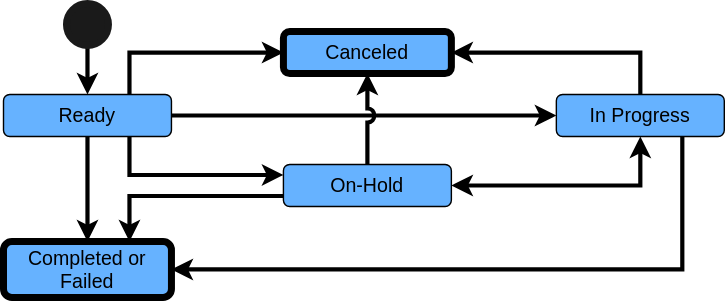
The draw.io diagram input/images/PatientTaskStateDiagram.svg in HL7/fhir-sdoh-clinicalcare, before a commit. Source tidied: cells renumbered, new cells last; positions are measured from the earlier drawing's top-left corner, leaving out a move shared by most shapes.
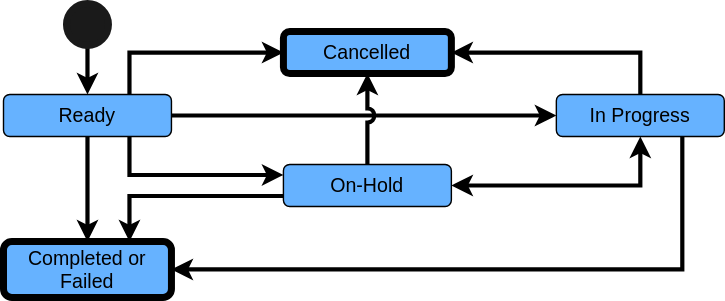
Later version of the same file.

Diff of the diagram source:
```diff
@@ -5,7 +5,7 @@
     <mxCell id="2" style="edgeStyle=orthogonalEdgeStyle;rounded=0;jumpStyle=arc;jumpSize=6;jettySize=auto;html=1;exitX=1;exitY=0.5;exitDx=0;exitDy=0;fontSize=14;startArrow=classic;startFill=1;entryX=0.5;entryY=0;entryDx=0;entryDy=0;strokeWidth=3;endArrow=none;endFill=0;" parent="1" edge="1" source="3" target="10">
       <mxGeometry relative="1" as="geometry" />
     </mxCell>
-    <mxCell id="3" value="&lt;font style=&quot;font-size: 14px;&quot;&gt;Canceled&lt;/font&gt;" style="rounded=1;whiteSpace=wrap;html=1;fillColor=#66B2FF;strokeWidth=5;" parent="1" vertex="1">
+    <mxCell id="3" value="&lt;font style=&quot;font-size: 14px;&quot;&gt;Cancelled&lt;/font&gt;" style="rounded=1;whiteSpace=wrap;html=1;fillColor=#66B2FF;strokeWidth=5;" parent="1" vertex="1">
       <mxGeometry x="200" y="20" width="120" height="30" as="geometry" />
     </mxCell>
     <mxCell id="4" style="edgeStyle=orthogonalEdgeStyle;rounded=0;jettySize=auto;html=1;exitX=0.5;exitY=1;exitDx=0;exitDy=0;entryX=0.5;entryY=0;entryDx=0;entryDy=0;fontSize=14;strokeWidth=3;" parent="1" edge="1" source="8" target="16">
```
